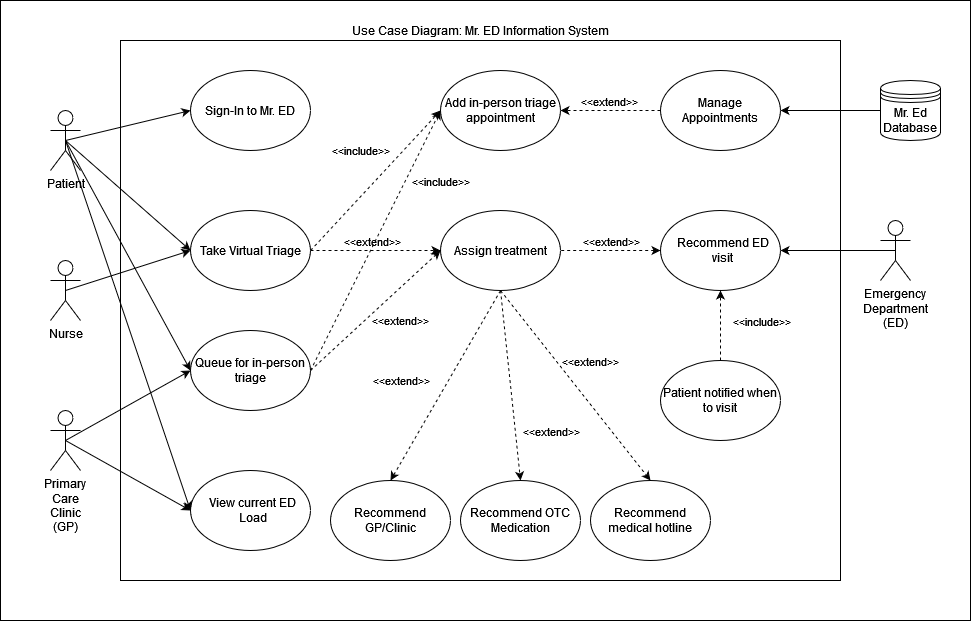
uvic-teach/project-m1-team9 keeps this draw.io diagram as Assets/UseCaseDiagram.drawio.png. Above is the earlier version. Source tidied: cells renumbered, new cells last; positions are measured from the earlier drawing's top-left corner, leaving out a move shared by most shapes.
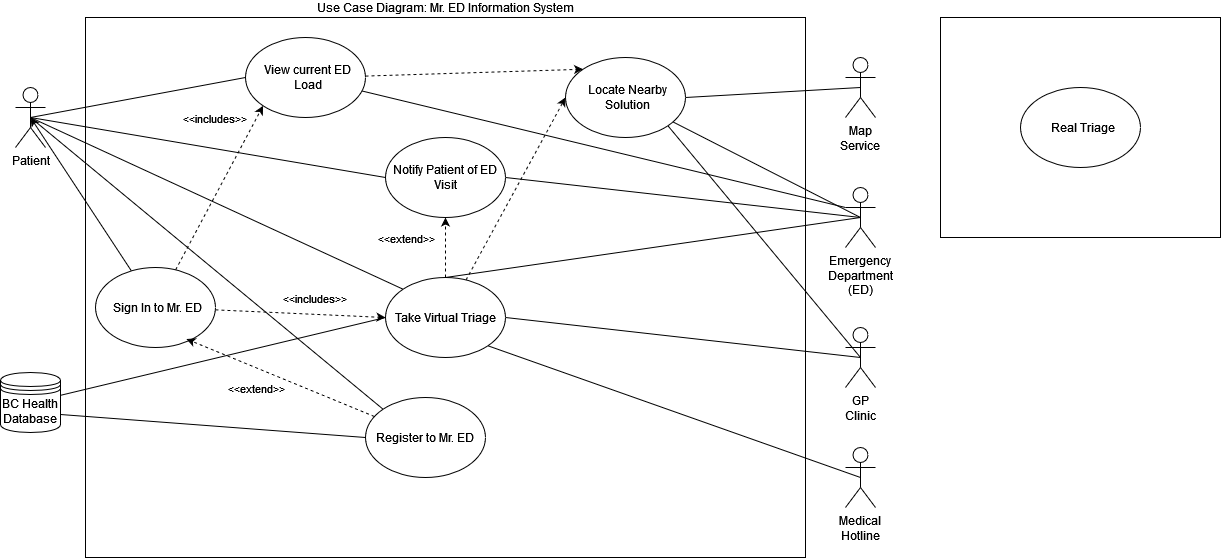
After the change.

Diff of the diagram source:
```diff
@@ -2,173 +2,129 @@
   <root>
     <mxCell id="0" />
     <mxCell id="1" parent="0" />
-    <mxCell id="2" style="rounded=0;whiteSpace=wrap;html=1;" parent="1" vertex="1">
-      <mxGeometry width="970" height="620" as="geometry" />
-    </mxCell>
     <mxCell id="3" value="Use Case Diagram: Mr. ED Information System" style="rounded=0;whiteSpace=wrap;html=1;labelPosition=center;verticalLabelPosition=top;align=center;verticalAlign=bottom;" parent="1" vertex="1">
-      <mxGeometry x="120" y="40" width="720" height="540" as="geometry" />
+      <mxGeometry x="75" y="40" width="720" height="540" as="geometry" />
     </mxCell>
+    <mxCell id="50" style="rounded=0;jettySize=auto;html=1;entryX=0;entryY=0.5;entryDx=0;entryDy=0;endArrow=none;endFill=0;exitX=0.5;exitY=0.5;exitDx=0;exitDy=0;exitPerimeter=0;" parent="1" edge="1" source="4" target="55">
+      <mxGeometry relative="1" as="geometry" />
+    </mxCell>
+    <mxCell id="22" style="rounded=0;jettySize=auto;html=1;entryX=0;entryY=0;entryDx=0;entryDy=0;endArrow=none;endFill=0;exitX=0.5;exitY=0.5;exitDx=0;exitDy=0;exitPerimeter=0;" parent="1" edge="1" source="4" target="8">
+      <mxGeometry relative="1" as="geometry" />
+    </mxCell>
     <mxCell id="4" value="Patient" style="shape=umlActor;verticalLabelPosition=bottom;verticalAlign=top;html=1;" parent="1" vertex="1">
-      <mxGeometry x="50" y="110" width="30" height="60" as="geometry" />
+      <mxGeometry x="5" y="110" width="30" height="60" as="geometry" />
     </mxCell>
-    <mxCell id="5" value="Nurse" style="shape=umlActor;verticalLabelPosition=bottom;verticalAlign=top;html=1;" parent="1" vertex="1">
-      <mxGeometry x="50" y="260" width="30" height="60" as="geometry" />
-    </mxCell>
-    <mxCell id="6" value="Primary Care Clinic (GP)" style="shape=umlActor;verticalLabelPosition=bottom;verticalAlign=top;whiteSpace=wrap;html=1;" parent="1" vertex="1">
-      <mxGeometry x="50" y="410" width="30" height="60" as="geometry" />
-    </mxCell>
-    <mxCell id="7" value="Sign-In to Mr. ED" style="ellipse;whiteSpace=wrap;html=1;" parent="1" vertex="1">
-      <mxGeometry x="190" y="70" width="120" height="80" as="geometry" />
-    </mxCell>
+    <mxCell id="51" value="Register to Mr. ED" style="ellipse;whiteSpace=wrap;html=1;" parent="1" vertex="1">
+      <mxGeometry x="355" y="420" width="120" height="80" as="geometry" />
+    </mxCell>
+    <mxCell id="52" style="rounded=0;jettySize=auto;html=1;entryX=0.5;entryY=1;entryDx=0;entryDy=0;dashed=1;exitX=0.5;exitY=0;exitDx=0;exitDy=0;" parent="1" edge="1" source="8" target="55">
+      <mxGeometry relative="1" as="geometry" />
+    </mxCell>
+    <mxCell id="53" style="rounded=0;jettySize=auto;html=1;entryX=0;entryY=0.5;entryDx=0;entryDy=0;dashed=1;" parent="1" edge="1" source="8" target="69">
+      <mxGeometry relative="1" as="geometry" />
+    </mxCell>
     <mxCell id="8" value="Take Virtual Triage" style="ellipse;whiteSpace=wrap;html=1;" parent="1" vertex="1">
-      <mxGeometry x="190" y="210" width="120" height="80" as="geometry" />
+      <mxGeometry x="375" y="300" width="120" height="80" as="geometry" />
     </mxCell>
-    <mxCell id="9" value="Queue for in-person triage" style="ellipse;whiteSpace=wrap;html=1;" parent="1" vertex="1">
-      <mxGeometry x="190" y="330" width="120" height="80" as="geometry" />
-    </mxCell>
+    <mxCell id="54" style="rounded=0;jettySize=auto;html=1;entryX=0;entryY=0;entryDx=0;entryDy=0;dashed=1;" parent="1" edge="1" source="10" target="69">
+      <mxGeometry relative="1" as="geometry" />
+    </mxCell>
     <mxCell id="10" value="View current ED Load" style="ellipse;whiteSpace=wrap;html=1;spacingLeft=5;" parent="1" vertex="1">
-      <mxGeometry x="190" y="470" width="120" height="80" as="geometry" />
+      <mxGeometry x="235" y="60" width="120" height="80" as="geometry" />
     </mxCell>
-    <mxCell id="11" value="Assign treatment" style="ellipse;whiteSpace=wrap;html=1;" parent="1" vertex="1">
-      <mxGeometry x="440" y="210" width="120" height="80" as="geometry" />
-    </mxCell>
-    <mxCell id="12" value="Add in-person triage appointment" style="ellipse;whiteSpace=wrap;html=1;" parent="1" vertex="1">
-      <mxGeometry x="440" y="70" width="120" height="80" as="geometry" />
-    </mxCell>
-    <mxCell id="13" value="Manage Appointments" style="ellipse;whiteSpace=wrap;html=1;" parent="1" vertex="1">
-      <mxGeometry x="660" y="70" width="120" height="80" as="geometry" />
-    </mxCell>
-    <mxCell id="14" value="Recommend ED visit" style="ellipse;whiteSpace=wrap;html=1;spacingLeft=5;" parent="1" vertex="1">
-      <mxGeometry x="660" y="210" width="120" height="80" as="geometry" />
-    </mxCell>
-    <mxCell id="15" value="Patient notified when to visit" style="ellipse;whiteSpace=wrap;html=1;" parent="1" vertex="1">
-      <mxGeometry x="660" y="360" width="120" height="80" as="geometry" />
-    </mxCell>
-    <mxCell id="16" value="Recommend GP/Clinic" style="ellipse;whiteSpace=wrap;html=1;" parent="1" vertex="1">
-      <mxGeometry x="330" y="480" width="120" height="80" as="geometry" />
-    </mxCell>
-    <mxCell id="17" value="Recommend OTC Medication" style="ellipse;whiteSpace=wrap;html=1;" parent="1" vertex="1">
-      <mxGeometry x="460" y="480" width="120" height="80" as="geometry" />
-    </mxCell>
-    <mxCell id="18" value="Recommend medical hotline" style="ellipse;whiteSpace=wrap;html=1;" parent="1" vertex="1">
-      <mxGeometry x="590" y="480" width="120" height="80" as="geometry" />
-    </mxCell>
-    <mxCell id="19" style="endArrow=classic;html=1;rounded=0;exitX=0.5;exitY=0.5;exitDx=0;exitDy=0;exitPerimeter=0;entryX=0;entryY=0.5;entryDx=0;entryDy=0;endFill=1;" parent="1" edge="1" source="4" target="7">
-      <mxGeometry relative="1" as="geometry" />
-    </mxCell>
-    <mxCell id="20" style="endArrow=classic;html=1;rounded=0;exitX=0.5;exitY=0.5;exitDx=0;exitDy=0;exitPerimeter=0;entryX=0;entryY=0.5;entryDx=0;entryDy=0;endFill=1;" parent="1" edge="1" source="5" target="8">
-      <mxGeometry relative="1" as="geometry" />
-    </mxCell>
-    <mxCell id="21" style="endArrow=classic;html=1;rounded=0;exitX=0.5;exitY=0.5;exitDx=0;exitDy=0;exitPerimeter=0;entryX=0;entryY=0.5;entryDx=0;entryDy=0;endFill=1;" parent="1" edge="1" source="6" target="9">
-      <mxGeometry relative="1" as="geometry" />
-    </mxCell>
-    <mxCell id="22" style="endArrow=classic;html=1;rounded=0;exitX=0.5;exitY=0.5;exitDx=0;exitDy=0;exitPerimeter=0;entryX=0;entryY=0.5;entryDx=0;entryDy=0;endFill=1;" parent="1" edge="1" source="4" target="8">
-      <mxGeometry relative="1" as="geometry" />
-    </mxCell>
-    <mxCell id="23" style="endArrow=classic;html=1;rounded=0;exitX=0.5;exitY=0.5;exitDx=0;exitDy=0;exitPerimeter=0;entryX=0;entryY=0.5;entryDx=0;entryDy=0;endFill=1;" parent="1" edge="1" source="4" target="9">
-      <mxGeometry relative="1" as="geometry" />
-    </mxCell>
-    <mxCell id="24" style="endArrow=classic;html=1;rounded=0;dashed=1;exitX=1;exitY=0.5;exitDx=0;exitDy=0;entryX=0;entryY=0.5;entryDx=0;entryDy=0;" parent="1" edge="1" source="8" target="11">
-      <mxGeometry relative="1" as="geometry" />
-    </mxCell>
-    <mxCell id="25" value="&amp;lt;&amp;lt;extend&amp;gt;&amp;gt;" style="edgeLabel;html=1;align=center;verticalAlign=middle;" parent="24" vertex="1">
-      <mxGeometry x="0.36" y="-1" relative="1" as="geometry">
-        <mxPoint x="-28" y="-11" as="offset" />
-      </mxGeometry>
-    </mxCell>
-    <mxCell id="26" style="endArrow=classic;html=1;rounded=0;dashed=1;entryX=0;entryY=0.5;entryDx=0;entryDy=0;exitX=1;exitY=0.5;exitDx=0;exitDy=0;" parent="1" edge="1" source="8" target="12">
-      <mxGeometry relative="1" as="geometry" />
-    </mxCell>
-    <mxCell id="27" value="&amp;lt;&amp;lt;include&amp;gt;&amp;gt;" style="edgeLabel;html=1;align=center;verticalAlign=middle;" parent="26" vertex="1">
-      <mxGeometry x="0.26" y="-2" relative="1" as="geometry">
-        <mxPoint x="-34" y="-13" as="offset" />
-      </mxGeometry>
-    </mxCell>
-    <mxCell id="28" style="endArrow=classic;html=1;rounded=0;dashed=1;entryX=0;entryY=0.5;entryDx=0;entryDy=0;exitX=1;exitY=0.5;exitDx=0;exitDy=0;" parent="1" edge="1" source="9" target="12">
-      <mxGeometry relative="1" as="geometry" />
-    </mxCell>
-    <mxCell id="29" value="&amp;lt;&amp;lt;include&amp;gt;&amp;gt;" style="edgeLabel;html=1;align=center;verticalAlign=middle;" parent="28" vertex="1">
-      <mxGeometry x="-0.2" relative="1" as="geometry">
-        <mxPoint x="78" y="-86" as="offset" />
-      </mxGeometry>
-    </mxCell>
-    <mxCell id="30" style="endArrow=classic;html=1;rounded=0;dashed=1;exitX=0;exitY=0.5;exitDx=0;exitDy=0;entryX=1;entryY=0.5;entryDx=0;entryDy=0;labelPosition=center;verticalLabelPosition=top;align=center;verticalAlign=bottom;" parent="1" edge="1" source="13" target="12">
-      <mxGeometry relative="1" as="geometry" />
-    </mxCell>
-    <mxCell id="31" value="&amp;lt;&amp;lt;extend&amp;gt;&amp;gt;" style="edgeLabel;html=1;align=center;verticalAlign=middle;" parent="30" vertex="1">
-      <mxGeometry x="0.05" y="1" relative="1" as="geometry">
-        <mxPoint y="-11" as="offset" />
-      </mxGeometry>
-    </mxCell>
-    <mxCell id="32" style="endArrow=none;html=1;rounded=0;dashed=1;exitX=0;exitY=0.5;exitDx=0;exitDy=0;entryX=1;entryY=0.5;entryDx=0;entryDy=0;endFill=0;startArrow=classic;startFill=1;" parent="1" edge="1" source="14" target="11">
-      <mxGeometry relative="1" as="geometry" />
-    </mxCell>
-    <mxCell id="33" value="&amp;lt;&amp;lt;extend&amp;gt;&amp;gt;" style="edgeLabel;html=1;align=center;verticalAlign=middle;" parent="32" vertex="1">
-      <mxGeometry x="0.22" y="1" relative="1" as="geometry">
-        <mxPoint x="11" y="-11" as="offset" />
-      </mxGeometry>
-    </mxCell>
-    <mxCell id="34" style="endArrow=classic;html=1;rounded=0;dashed=1;exitX=0.5;exitY=0;exitDx=0;exitDy=0;entryX=0.5;entryY=1;entryDx=0;entryDy=0;" parent="1" edge="1" source="15" target="14">
-      <mxGeometry relative="1" as="geometry" />
-    </mxCell>
-    <mxCell id="35" value="&amp;lt;&amp;lt;include&amp;gt;&amp;gt;" style="edgeLabel;html=1;align=center;verticalAlign=middle;" parent="34" vertex="1">
-      <mxGeometry x="0.21" y="-1" relative="1" as="geometry">
-        <mxPoint x="39" y="2" as="offset" />
-      </mxGeometry>
-    </mxCell>
-    <mxCell id="36" style="endArrow=classic;html=1;rounded=0;dashed=1;exitX=0.5;exitY=1;exitDx=0;exitDy=0;entryX=0.5;entryY=0;entryDx=0;entryDy=0;" parent="1" edge="1" source="11" target="18">
-      <mxGeometry relative="1" as="geometry" />
-    </mxCell>
-    <mxCell id="37" value="&amp;lt;&amp;lt;extend&amp;gt;&amp;gt;" style="edgeLabel;html=1;align=center;verticalAlign=middle;" parent="36" vertex="1">
-      <mxGeometry x="-0.1" y="-1" relative="1" as="geometry">
-        <mxPoint x="23" y="-16" as="offset" />
-      </mxGeometry>
-    </mxCell>
-    <mxCell id="38" style="endArrow=classic;html=1;rounded=0;dashed=1;entryX=0.5;entryY=0;entryDx=0;entryDy=0;" parent="1" edge="1" target="17">
-      <mxGeometry relative="1" as="geometry">
-        <mxPoint x="500" y="290" as="sourcePoint" />
-      </mxGeometry>
-    </mxCell>
-    <mxCell id="39" value="&amp;lt;&amp;lt;extend&amp;gt;&amp;gt;" style="edgeLabel;html=1;align=center;verticalAlign=middle;" parent="38" vertex="1">
-      <mxGeometry x="0.15" y="2" relative="1" as="geometry">
-        <mxPoint x="37" y="31" as="offset" />
-      </mxGeometry>
-    </mxCell>
-    <mxCell id="40" style="endArrow=classic;html=1;rounded=0;dashed=1;exitX=0.5;exitY=1;exitDx=0;exitDy=0;entryX=0.5;entryY=0;entryDx=0;entryDy=0;" parent="1" edge="1" source="11" target="16">
-      <mxGeometry relative="1" as="geometry" />
-    </mxCell>
-    <mxCell id="41" value="&amp;lt;&amp;lt;extend&amp;gt;&amp;gt;" style="edgeLabel;html=1;align=center;verticalAlign=middle;" parent="40" vertex="1">
-      <mxGeometry x="-0.17" y="-1" relative="1" as="geometry">
-        <mxPoint x="-53" y="11" as="offset" />
-      </mxGeometry>
-    </mxCell>
-    <mxCell id="42" style="endArrow=classic;html=1;rounded=0;exitX=0.5;exitY=0.5;exitDx=0;exitDy=0;exitPerimeter=0;entryX=0;entryY=0.5;entryDx=0;entryDy=0;endFill=1;" parent="1" edge="1" source="6" target="10">
-      <mxGeometry relative="1" as="geometry" />
-    </mxCell>
+    <mxCell id="55" value="Notify Patient of ED Visit" style="ellipse;whiteSpace=wrap;html=1;" parent="1" vertex="1">
+      <mxGeometry x="375" y="160" width="120" height="80" as="geometry" />
+    </mxCell>
+    <mxCell id="56" style="endArrow=none;html=1;rounded=0;entryX=0;entryY=0;entryDx=0;entryDy=0;endFill=0;exitX=0.5;exitY=0.5;exitDx=0;exitDy=0;exitPerimeter=0;" parent="1" edge="1" source="4" target="51">
+      <mxGeometry relative="1" as="geometry" />
+    </mxCell>
+    <mxCell id="57" style="rounded=0;jettySize=auto;html=1;entryX=1;entryY=0.5;entryDx=0;entryDy=0;endArrow=none;endFill=0;exitX=0.5;exitY=0.5;exitDx=0;exitDy=0;exitPerimeter=0;" parent="1" edge="1" source="43" target="55">
+      <mxGeometry relative="1" as="geometry" />
+    </mxCell>
     <mxCell id="43" value="Emergency Department (ED)" style="shape=umlActor;verticalLabelPosition=bottom;verticalAlign=top;html=1;whiteSpace=wrap;" parent="1" vertex="1">
-      <mxGeometry x="880" y="220" width="30" height="60" as="geometry" />
+      <mxGeometry x="835" y="210" width="30" height="60" as="geometry" />
     </mxCell>
-    <mxCell id="44" style="endArrow=classic;endFill=1;endSize=6;html=1;rounded=0;entryX=1;entryY=0.5;entryDx=0;entryDy=0;exitX=0.5;exitY=0.5;exitDx=0;exitDy=0;exitPerimeter=0;" parent="1" edge="1" source="43" target="14">
-      <mxGeometry relative="1" as="geometry" />
-    </mxCell>
-    <mxCell id="45" value="Mr. Ed Database" style="shape=datastore;whiteSpace=wrap;html=1;" parent="1" vertex="1">
-      <mxGeometry x="880" y="80" width="60" height="60" as="geometry" />
-    </mxCell>
-    <mxCell id="46" style="endArrow=classic;endFill=1;endSize=6;html=1;rounded=0;entryX=1;entryY=0.5;entryDx=0;entryDy=0;exitX=0;exitY=0.5;exitDx=0;exitDy=0;" parent="1" edge="1" source="45" target="13">
-      <mxGeometry relative="1" as="geometry" />
-    </mxCell>
+    <mxCell id="58" style="endArrow=none;endFill=0;endSize=6;html=1;rounded=0;entryX=0.5;entryY=0;entryDx=0;entryDy=0;exitX=0.5;exitY=0.5;exitDx=0;exitDy=0;exitPerimeter=0;" parent="1" edge="1" source="43" target="8">
+      <mxGeometry relative="1" as="geometry" />
+    </mxCell>
-    <mxCell id="47" style="endArrow=classic;html=1;rounded=0;exitX=0.5;exitY=0.5;exitDx=0;exitDy=0;exitPerimeter=0;entryX=0;entryY=0.5;entryDx=0;entryDy=0;endFill=1;" parent="1" edge="1" source="4" target="10">
+    <mxCell id="47" style="endArrow=none;html=1;rounded=0;entryX=0;entryY=0.5;entryDx=0;entryDy=0;endFill=0;exitX=0.5;exitY=0.5;exitDx=0;exitDy=0;exitPerimeter=0;" parent="1" edge="1" source="4" target="10">
       <mxGeometry relative="1" as="geometry" />
     </mxCell>
-    <mxCell id="48" style="endArrow=classic;html=1;rounded=0;dashed=1;exitX=1;exitY=0.5;exitDx=0;exitDy=0;" parent="1" edge="1" source="9">
-      <mxGeometry relative="1" as="geometry">
-        <mxPoint x="440" y="250" as="targetPoint" />
-      </mxGeometry>
-    </mxCell>
-    <mxCell id="49" value="&amp;lt;&amp;lt;extend&amp;gt;&amp;gt;" style="edgeLabel;html=1;align=center;verticalAlign=middle;" parent="48" vertex="1">
-      <mxGeometry x="0.02" y="-1" relative="1" as="geometry">
-        <mxPoint x="23" y="10" as="offset" />
-      </mxGeometry>
-    </mxCell>
+    <mxCell id="59" style="rounded=0;jettySize=auto;html=1;entryX=0;entryY=0.5;entryDx=0;entryDy=0;endArrow=none;endFill=0;exitX=1;exitY=0.7;exitDx=0;exitDy=0;" parent="1" edge="1" source="61" target="51">
+      <mxGeometry relative="1" as="geometry" />
+    </mxCell>
+    <mxCell id="60" style="rounded=0;jettySize=auto;html=1;entryX=0;entryY=0.5;entryDx=0;entryDy=0;endArrow=none;endFill=0;" parent="1" edge="1" source="61" target="8">
+      <mxGeometry relative="1" as="geometry" />
+    </mxCell>
+    <mxCell id="61" value="BC Health Database" style="shape=datastore;whiteSpace=wrap;html=1;" parent="1" vertex="1">
+      <mxGeometry x="-10" y="395" width="60" height="60" as="geometry" />
+    </mxCell>
+    <mxCell id="62" style="rounded=0;jettySize=auto;html=1;entryX=1;entryY=1;entryDx=0;entryDy=0;endArrow=none;endFill=0;exitX=0.5;exitY=0.5;exitDx=0;exitDy=0;exitPerimeter=0;" parent="1" edge="1" source="63" target="8">
+      <mxGeometry relative="1" as="geometry" />
+    </mxCell>
+    <mxCell id="63" value="Medical Hotline" style="shape=umlActor;verticalLabelPosition=bottom;verticalAlign=top;html=1;whiteSpace=wrap;" parent="1" vertex="1">
+      <mxGeometry x="835" y="470" width="30" height="60" as="geometry" />
+    </mxCell>
+    <mxCell id="64" style="rounded=0;jettySize=auto;html=1;entryX=1;entryY=0.5;entryDx=0;entryDy=0;endArrow=none;endFill=0;exitX=0.5;exitY=0.5;exitDx=0;exitDy=0;exitPerimeter=0;" parent="1" edge="1" source="65" target="8">
+      <mxGeometry relative="1" as="geometry" />
+    </mxCell>
+    <mxCell id="65" value="GP Clinic" style="shape=umlActor;verticalLabelPosition=bottom;verticalAlign=top;html=1;whiteSpace=wrap;" parent="1" vertex="1">
+      <mxGeometry x="835" y="350" width="30" height="60" as="geometry" />
+    </mxCell>
+    <mxCell id="66" style="rounded=0;jettySize=auto;html=1;entryX=0;entryY=0.3333333333333333;entryDx=0;entryDy=0;entryPerimeter=0;endArrow=none;endFill=0;" parent="1" edge="1" source="10" target="43">
+      <mxGeometry relative="1" as="geometry" />
+    </mxCell>
+    <mxCell id="67" value="&amp;lt;&amp;lt;extend&amp;gt;&amp;gt;" style="edgeLabel;html=1;align=center;verticalAlign=middle;" parent="1" vertex="1">
+      <mxGeometry x="245" y="410" as="geometry" />
+    </mxCell>
+    <mxCell id="68" value="&amp;lt;&amp;lt;extend&amp;gt;&amp;gt;" style="edgeLabel;html=1;align=center;verticalAlign=middle;" parent="1" vertex="1">
+      <mxGeometry x="395" y="260" as="geometry" />
+    </mxCell>
+    <mxCell id="69" value="Locate Nearby Solution" style="ellipse;whiteSpace=wrap;html=1;spacingLeft=5;" parent="1" vertex="1">
+      <mxGeometry x="555" y="80" width="120" height="80" as="geometry" />
+    </mxCell>
+    <mxCell id="70" style="rounded=0;jettySize=auto;html=1;entryX=1;entryY=0.5;entryDx=0;entryDy=0;endArrow=none;endFill=0;exitX=0.5;exitY=0.5;exitDx=0;exitDy=0;exitPerimeter=0;" parent="1" edge="1" source="71" target="69">
+      <mxGeometry relative="1" as="geometry" />
+    </mxCell>
+    <mxCell id="71" value="Map Service" style="shape=umlActor;verticalLabelPosition=bottom;verticalAlign=top;html=1;whiteSpace=wrap;" parent="1" vertex="1">
+      <mxGeometry x="835" y="80" width="30" height="60" as="geometry" />
+    </mxCell>
+    <mxCell id="72" style="rounded=0;jettySize=auto;html=1;entryX=0.5;entryY=0.5;entryDx=0;entryDy=0;entryPerimeter=0;endArrow=none;endFill=0;exitX=1;exitY=1;exitDx=0;exitDy=0;" parent="1" edge="1" source="69" target="65">
+      <mxGeometry relative="1" as="geometry" />
+    </mxCell>
+    <mxCell id="73" style="rounded=0;jettySize=auto;html=1;entryX=0.5;entryY=0.5;entryDx=0;entryDy=0;entryPerimeter=0;endArrow=none;endFill=0;" parent="1" edge="1" source="69" target="43">
+      <mxGeometry relative="1" as="geometry" />
+    </mxCell>
+    <mxCell id="74" style="rounded=0;jettySize=auto;html=1;entryX=0;entryY=0.5;entryDx=0;entryDy=0;dashed=1;" parent="1" edge="1" source="76" target="8">
+      <mxGeometry relative="1" as="geometry" />
+    </mxCell>
+    <mxCell id="75" style="rounded=0;jettySize=auto;html=1;entryX=0;entryY=1;entryDx=0;entryDy=0;dashed=1;" parent="1" edge="1" source="76" target="10">
+      <mxGeometry relative="1" as="geometry" />
+    </mxCell>
+    <mxCell id="76" value="Sign In to Mr. ED" style="ellipse;whiteSpace=wrap;html=1;spacingLeft=5;" parent="1" vertex="1">
+      <mxGeometry x="85" y="290" width="120" height="80" as="geometry" />
+    </mxCell>
+    <mxCell id="77" style="rounded=0;jettySize=auto;html=1;entryX=0.5;entryY=0.5;entryDx=0;entryDy=0;entryPerimeter=0;" parent="1" edge="1" source="76" target="4">
+      <mxGeometry relative="1" as="geometry" />
+    </mxCell>
+    <mxCell id="78" value="&amp;lt;&amp;lt;includes&amp;gt;&amp;gt;" style="edgeLabel;html=1;align=center;verticalAlign=middle;" parent="1" vertex="1">
+      <mxGeometry x="195" y="150" as="geometry">
+        <mxPoint x="8" y="-10" as="offset" />
+      </mxGeometry>
+    </mxCell>
+    <mxCell id="79" value="&amp;lt;&amp;lt;includes&amp;gt;&amp;gt;" style="edgeLabel;html=1;align=center;verticalAlign=middle;" parent="1" vertex="1">
+      <mxGeometry x="295" y="330" as="geometry">
+        <mxPoint x="8" y="-10" as="offset" />
+      </mxGeometry>
+    </mxCell>
+    <mxCell id="80" style="rounded=0;jettySize=auto;html=1;entryX=0.758;entryY=0.894;entryDx=0;entryDy=0;entryPerimeter=0;dashed=1;" parent="1" edge="1" source="51" target="76">
+      <mxGeometry relative="1" as="geometry" />
+    </mxCell>
+    <mxCell id="81" style="rounded=0;whiteSpace=wrap;html=1;" parent="1" vertex="1">
+      <mxGeometry x="930" y="40" width="280" height="220" as="geometry" />
+    </mxCell>
+    <mxCell id="82" value="Real Triage" style="ellipse;whiteSpace=wrap;html=1;spacingLeft=5;" parent="1" vertex="1">
+      <mxGeometry x="1010" y="110" width="120" height="80" as="geometry" />
+    </mxCell>
   </root>
 </mxGraphModel>
```
